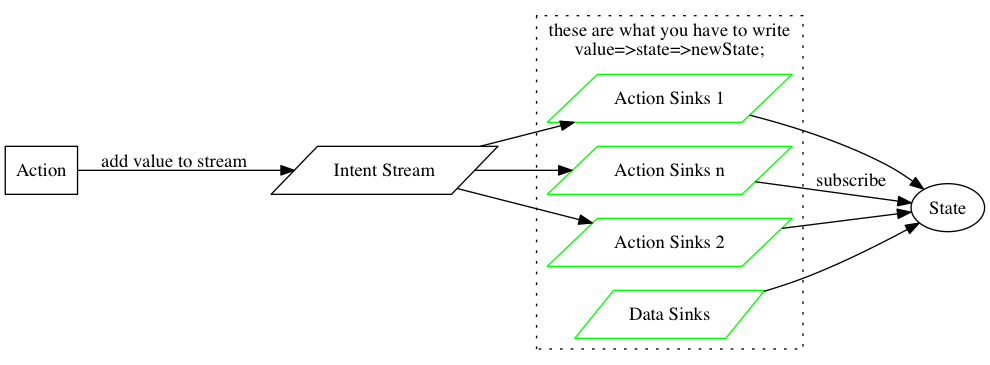
The Graphviz diagram docs/images/flow.dot.png in reactive-react/xreact, before a commit. Its source is kept beside it as docs/images/flow.dot.
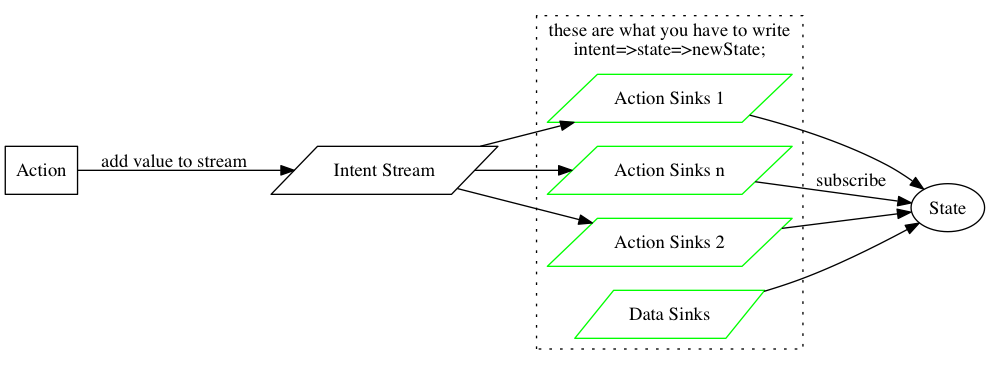
The same file after the commit.

Diff of the diagram source:
```diff
@@ -10,7 +10,7 @@
         Action -> "Intent Stream"[label="add value to stream"];
 
         subgraph cluster_user {
-                label="these are what you have to write\nvalue=>state=>newState;"
+                label="these are what you have to write\nintent=>state=>newState;"
                 style=dotted
                 node[shape=parallelogram,color=green];
                 "Action Sinks 1";
```
